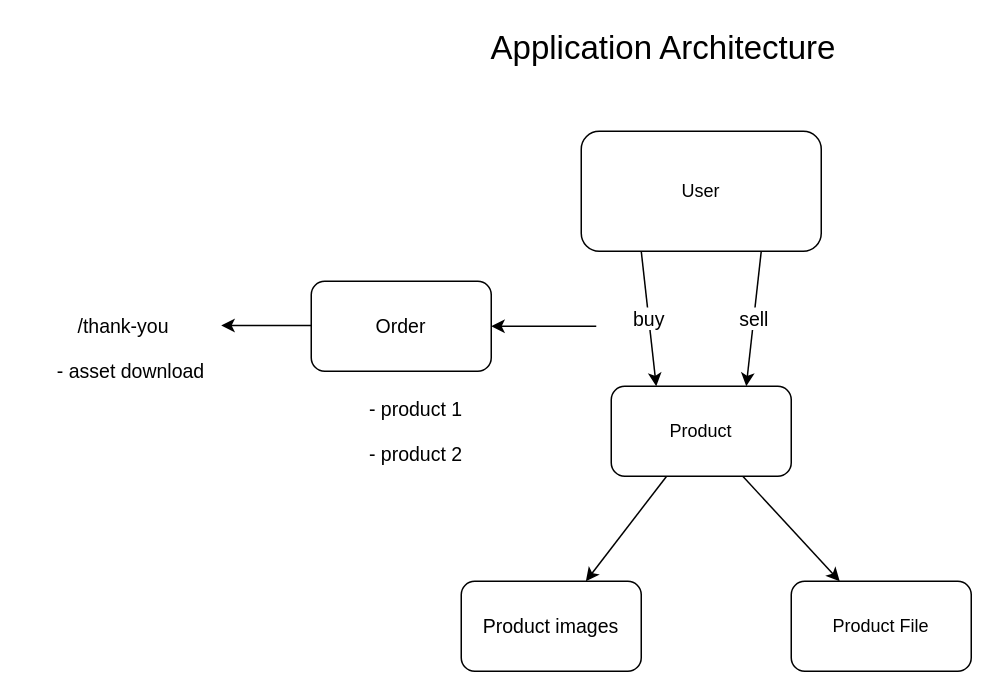
Before: draw.dio in Discode-Stu/hippo-hustle-digital-marketplace, a draw.io diagram. Source tidied: cells renumbered, new cells numbered last; positions are measured from the earlier drawing's top-left corner, leaving out a move shared by most shapes. Both pictures are drawn from the tidied source at 150%, with x=0, y=0 at pixel (26, 26).
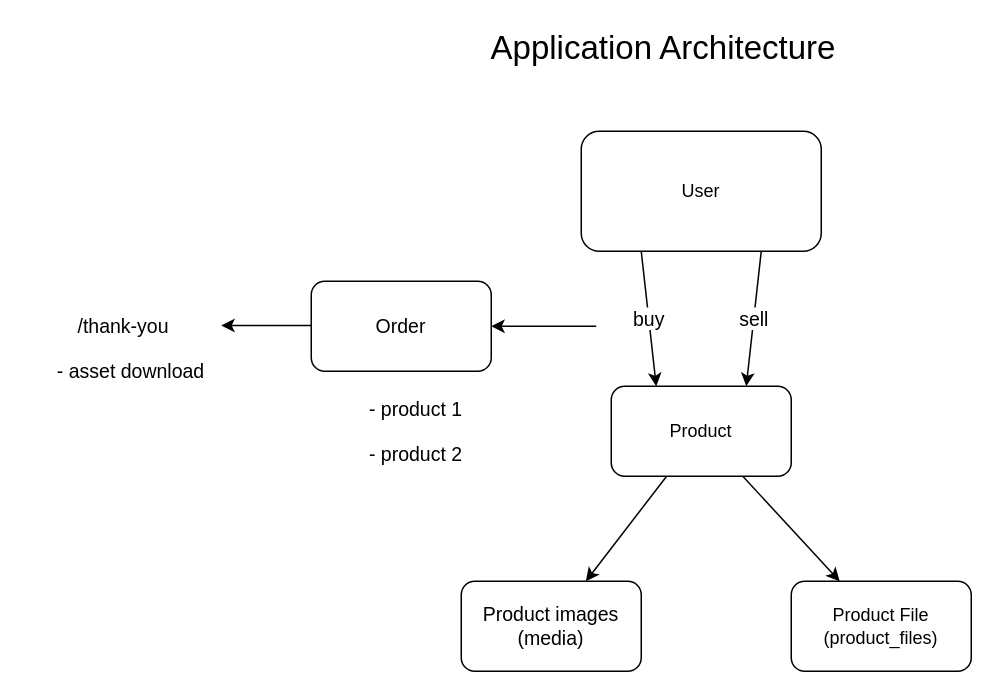
The same diagram, later.

Change to the diagram source:
```diff
@@
 <mxGraphModel>
   <root>
     <mxCell id="0" />
     <mxCell id="1" parent="0" />
     <mxCell id="2" value="buy" style="edgeStyle=none;html=1;exitX=0.25;exitY=1;exitDx=0;exitDy=0;entryX=0.25;entryY=0;entryDx=0;entryDy=0;fontSize=13;" parent="1" edge="1" source="4" target="7">
       <mxGeometry relative="1" as="geometry" />
     </mxCell>
     <mxCell id="3" value="sell" style="edgeStyle=none;html=1;exitX=0.75;exitY=1;exitDx=0;exitDy=0;entryX=0.75;entryY=0;entryDx=0;entryDy=0;fontSize=13;" parent="1" edge="1" source="4" target="7">
       <mxGeometry relative="1" as="geometry" />
     </mxCell>
     <mxCell id="4" value="User" style="rounded=1;whiteSpace=wrap;html=1;" parent="1" vertex="1">
       <mxGeometry x="370" y="70" width="160" height="80" as="geometry" />
     </mxCell>
     <mxCell id="5" style="edgeStyle=none;html=1;fontSize=13;" parent="1" edge="1" source="7" target="8">
       <mxGeometry relative="1" as="geometry" />
     </mxCell>
     <mxCell id="6" style="edgeStyle=none;html=1;fontSize=13;" parent="1" edge="1" source="7" target="9">
       <mxGeometry relative="1" as="geometry" />
     </mxCell>
     <mxCell id="7" value="Product" style="whiteSpace=wrap;html=1;rounded=1;" parent="1" vertex="1">
       <mxGeometry x="390" y="240" width="120" height="60" as="geometry" />
     </mxCell>
-    <mxCell id="8" value="Product File" style="whiteSpace=wrap;html=1;rounded=1;" parent="1" vertex="1">
+    <mxCell id="8" value="Product File&lt;br&gt;(product_files)" style="whiteSpace=wrap;html=1;rounded=1;" parent="1" vertex="1">
       <mxGeometry x="510" y="370" width="120" height="60" as="geometry" />
     </mxCell>
-    <mxCell id="9" value="Product images" style="whiteSpace=wrap;html=1;rounded=1;fontSize=13;" parent="1" vertex="1">
+    <mxCell id="9" value="Product images&lt;br&gt;(media)" style="whiteSpace=wrap;html=1;rounded=1;fontSize=13;" parent="1" vertex="1">
       <mxGeometry x="290" y="370" width="120" height="60" as="geometry" />
     </mxCell>
     <mxCell id="10" style="endArrow=classic;html=1;fontSize=13;" parent="1" edge="1" target="11">
       <mxGeometry relative="1" as="geometry">
         <mxPoint x="380" y="200" as="sourcePoint" />
       </mxGeometry>
     </mxCell>
     <mxCell id="11" value="Order" style="rounded=1;whiteSpace=wrap;html=1;fontSize=13;" parent="1" vertex="1">
       <mxGeometry x="190" y="170" width="120" height="60" as="geometry" />
     </mxCell>
     <mxCell id="12" value="- product 1" style="text;html=1;strokeColor=none;fillColor=none;align=center;verticalAlign=middle;whiteSpace=wrap;rounded=0;fontSize=13;" parent="1" vertex="1">
       <mxGeometry x="220" y="240" width="80" height="30" as="geometry" />
     </mxCell>
     <mxCell id="13" value="- product 2" style="text;html=1;strokeColor=none;fillColor=none;align=center;verticalAlign=middle;whiteSpace=wrap;rounded=0;fontSize=13;" parent="1" vertex="1">
       <mxGeometry x="210" y="270" width="100" height="30" as="geometry" />
     </mxCell>
     <mxCell id="14" style="endArrow=classic;html=1;fontSize=13;" parent="1" edge="1">
       <mxGeometry relative="1" as="geometry">
         <mxPoint x="190" y="199.5" as="sourcePoint" />
         <mxPoint x="130" y="199.5" as="targetPoint" />
       </mxGeometry>
     </mxCell>
     <mxCell id="15" value="/thank-you" style="text;html=1;strokeColor=none;fillColor=none;align=center;verticalAlign=middle;whiteSpace=wrap;rounded=0;fontSize=13;" parent="1" vertex="1">
       <mxGeometry y="185" width="130" height="30" as="geometry" />
     </mxCell>
     <mxCell id="16" value="- asset download" style="text;html=1;strokeColor=none;fillColor=none;align=center;verticalAlign=middle;whiteSpace=wrap;rounded=0;fontSize=13;" parent="1" vertex="1">
       <mxGeometry x="10" y="215" width="120" height="30" as="geometry" />
     </mxCell>
     <mxCell id="17" value="&lt;font style=&quot;font-size: 22px;&quot;&gt;Application Architecture&lt;/font&gt;" style="text;html=1;strokeColor=none;fillColor=none;align=center;verticalAlign=middle;whiteSpace=wrap;rounded=0;fontSize=13;" parent="1" vertex="1">
       <mxGeometry x="260" width="330" height="30" as="geometry" />
     </mxCell>
   </root>
 </mxGraphModel>
```
